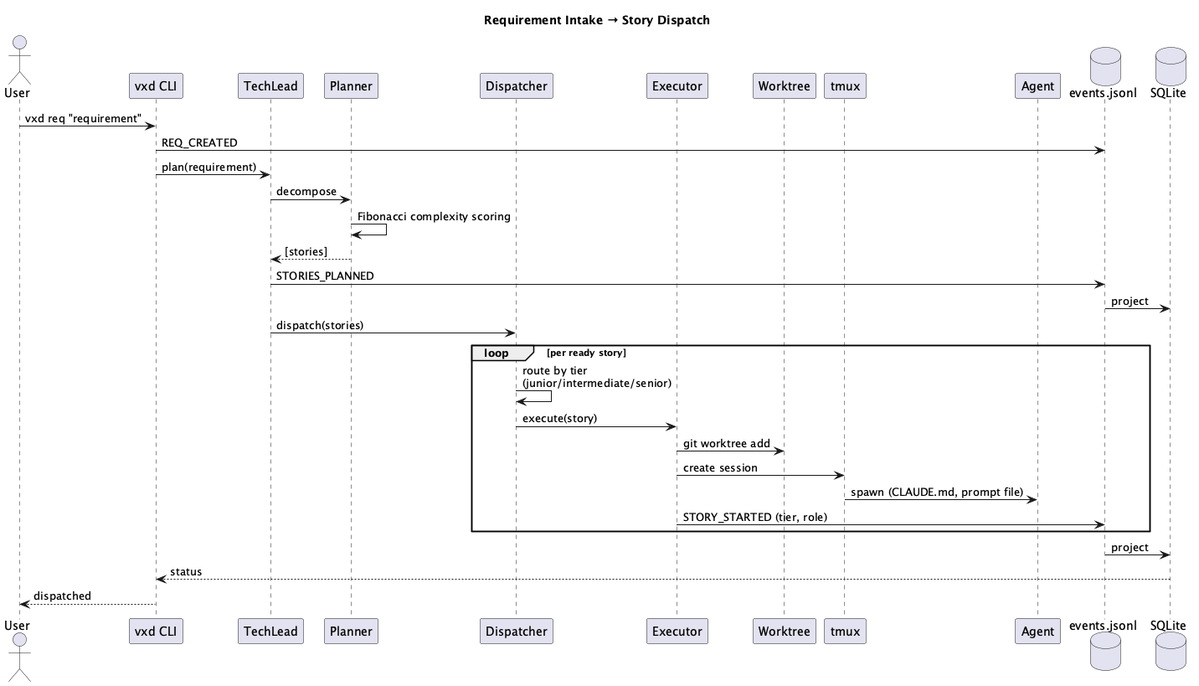
tzone85/vortex-dispatch keeps this PlantUML diagram as docs/diagrams/sequence-dispatch.png. Above is the earlier version. The source it was exported from:
```plantuml
@startuml sequence-dispatch
title Requirement Intake → Story Dispatch

actor User
participant "vxd CLI" as CLI
participant "TechLead" as TL
participant "Planner" as PL
participant "Dispatcher" as DP
participant "Executor" as EX
participant "Worktree" as WT
participant "tmux" as TM
participant "Agent" as AG
database "events.jsonl" as EV
database "SQLite" as DB

User -> CLI : vxd req "requirement"
CLI -> EV : REQ_CREATED
CLI -> TL : plan(requirement)
TL -> PL : decompose
PL -> PL : Fibonacci complexity scoring
PL --> TL : [stories]
TL -> EV : STORIES_PLANNED
EV -> DB : project

TL -> DP : dispatch(stories)
loop per ready story
    DP -> DP : route by tier\n(junior/intermediate/senior)
    DP -> EX : execute(story)
    EX -> WT : git worktree add
    EX -> TM : create session
    TM -> AG : spawn (CLAUDE.md, prompt file)
    EX -> EV : STORY_STARTED (tier, role)
end

EV -> DB : project
DB --> CLI : status
CLI --> User : dispatched

@enduml
```
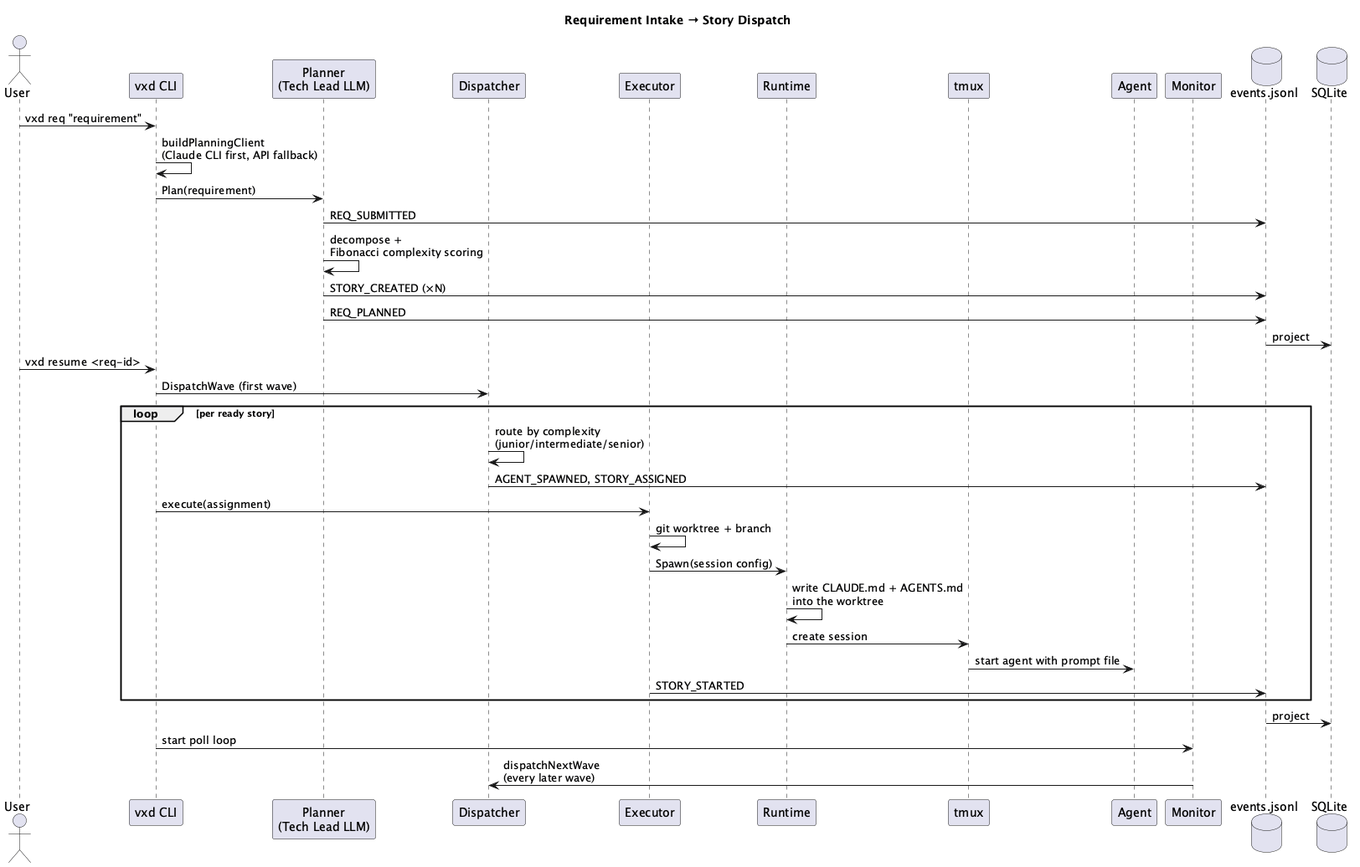
Above is the later version.

Change to the diagram source:
```diff
@@ -3,37 +3,41 @@
 
 actor User
 participant "vxd CLI" as CLI
-participant "TechLead" as TL
-participant "Planner" as PL
+participant "Planner\n(Tech Lead LLM)" as PL
 participant "Dispatcher" as DP
 participant "Executor" as EX
-participant "Worktree" as WT
+participant "Runtime" as RT
 participant "tmux" as TM
 participant "Agent" as AG
+participant "Monitor" as MON
 database "events.jsonl" as EV
 database "SQLite" as DB
 
 User -> CLI : vxd req "requirement"
-CLI -> EV : REQ_CREATED
-CLI -> TL : plan(requirement)
-TL -> PL : decompose
-PL -> PL : Fibonacci complexity scoring
-PL --> TL : [stories]
-TL -> EV : STORIES_PLANNED
+CLI -> CLI : buildPlanningClient\n(Claude CLI first, API fallback)
+CLI -> PL : Plan(requirement)
+PL -> EV : REQ_SUBMITTED
+PL -> PL : decompose +\nFibonacci complexity scoring
+PL -> EV : STORY_CREATED (×N)
+PL -> EV : REQ_PLANNED
 EV -> DB : project
 
-TL -> DP : dispatch(stories)
+User -> CLI : vxd resume <req-id>
+CLI -> DP : DispatchWave (first wave)
 loop per ready story
-    DP -> DP : route by tier\n(junior/intermediate/senior)
-    DP -> EX : execute(story)
-    EX -> WT : git worktree add
-    EX -> TM : create session
-    TM -> AG : spawn (CLAUDE.md, prompt file)
-    EX -> EV : STORY_STARTED (tier, role)
+    DP -> DP : route by complexity\n(junior/intermediate/senior)
+    DP -> EV : AGENT_SPAWNED, STORY_ASSIGNED
+    CLI -> EX : execute(assignment)
+    EX -> EX : git worktree + branch
+    EX -> RT : Spawn(session config)
+    RT -> RT : write CLAUDE.md + AGENTS.md\ninto the worktree
+    RT -> TM : create session
+    TM -> AG : start agent with prompt file
+    EX -> EV : STORY_STARTED
 end
 
 EV -> DB : project
-DB --> CLI : status
-CLI --> User : dispatched
+CLI -> MON : start poll loop
+MON -> DP : dispatchNextWave\n(every later wave)
 
 @enduml
```
